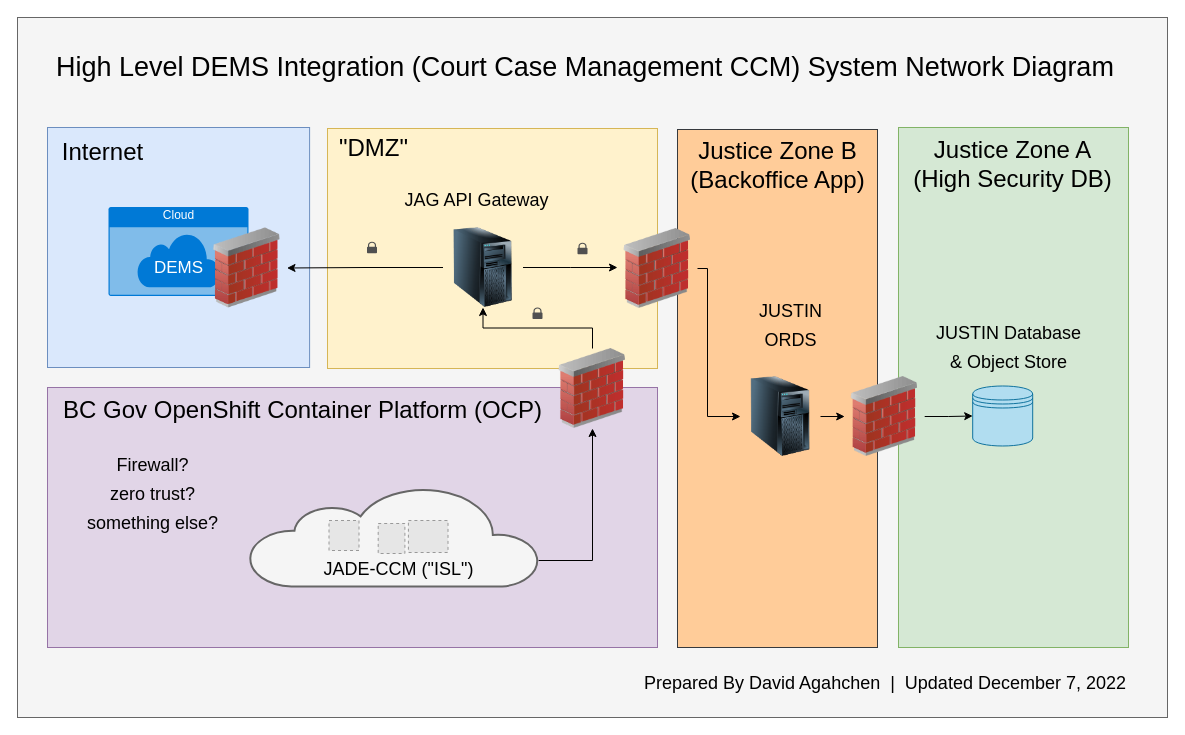
Above: diagrams/ccm_network_diagram.drawio in bcgov/jpss-jade-ccm (draw.io), before the change. Source tidied: cells renumbered, new cells numbered last; positions are measured from the earlier drawing's top-left corner, leaving out a move shared by most shapes. Both pictures are drawn from the tidied source at 100%, with x=0, y=0 at pixel (17, 17). Pictures stored in the file or linked from it are replaced by grey dashed boxes.
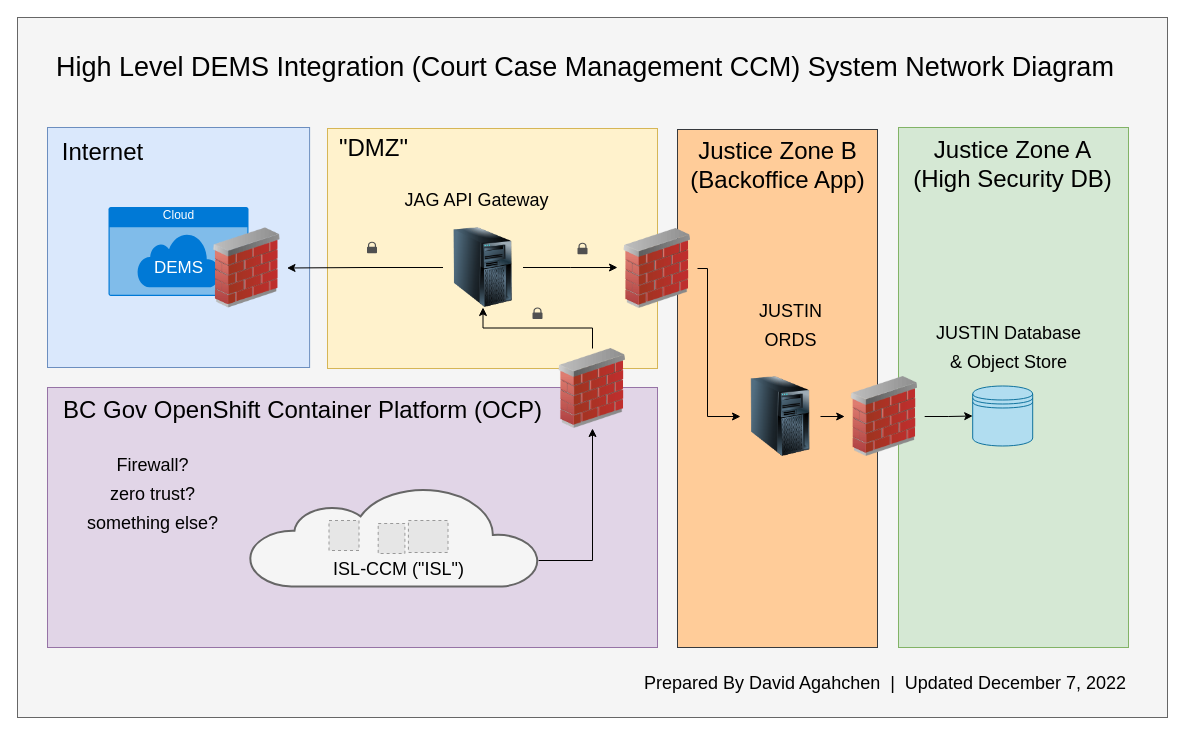
The same page after the edit.

The edit, as a diff of the source:
```diff
@@
-    <mxCell id="22" value="&lt;div&gt;&lt;span style=&quot;font-size: 18px ; font-weight: 400&quot;&gt;JADE-CCM (&quot;ISL&quot;)&lt;/span&gt;&lt;/div&gt;" style="text;strokeColor=none;fillColor=none;html=1;fontSize=24;fontStyle=1;verticalAlign=middle;align=center;rounded=1;labelBackgroundColor=none;fontColor=#000000;" parent="1" vertex="1">
+    <mxCell id="22" value="&lt;div&gt;&lt;span style=&quot;font-size: 18px ; font-weight: 400&quot;&gt;ISL-CCM (&quot;ISL&quot;)&lt;/span&gt;&lt;/div&gt;" style="text;strokeColor=none;fillColor=none;html=1;fontSize=24;fontStyle=1;verticalAlign=middle;align=center;rounded=1;labelBackgroundColor=none;fontColor=#000000;" parent="1" vertex="1">
       <mxGeometry x="251" y="527" width="260" height="45" as="geometry" />
     </mxCell>
```
